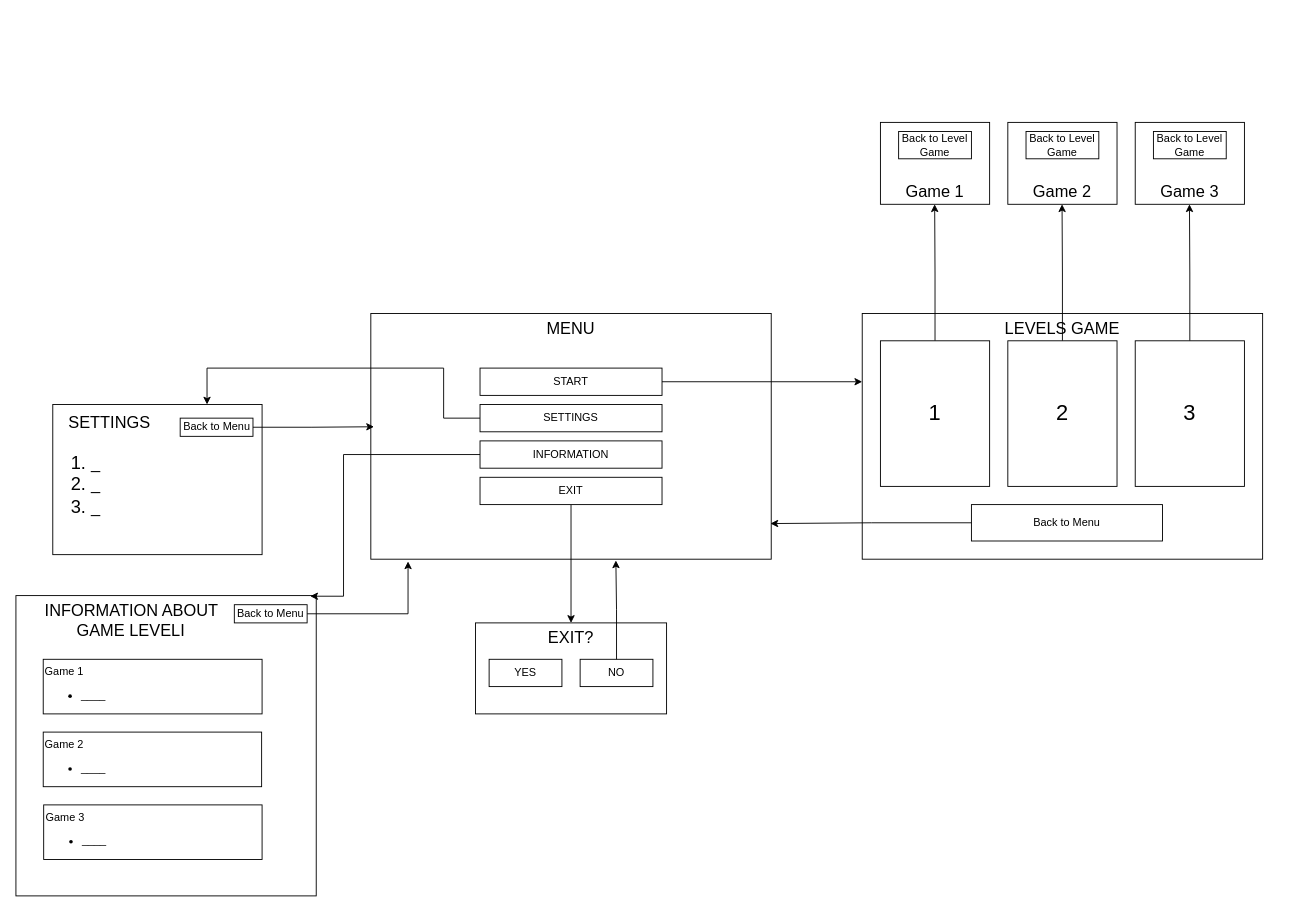
The draw.io diagram Діаграма без назви.drawio in AnnaLiulkova/picture32, before the edit. Source tidied: cells renumbered, new cells numbered last; positions are measured from the earlier drawing's top-left corner, leaving out a move shared by most shapes. Both pictures are drawn from the tidied source at 91%, with x=0, y=0 at pixel (15, 122).
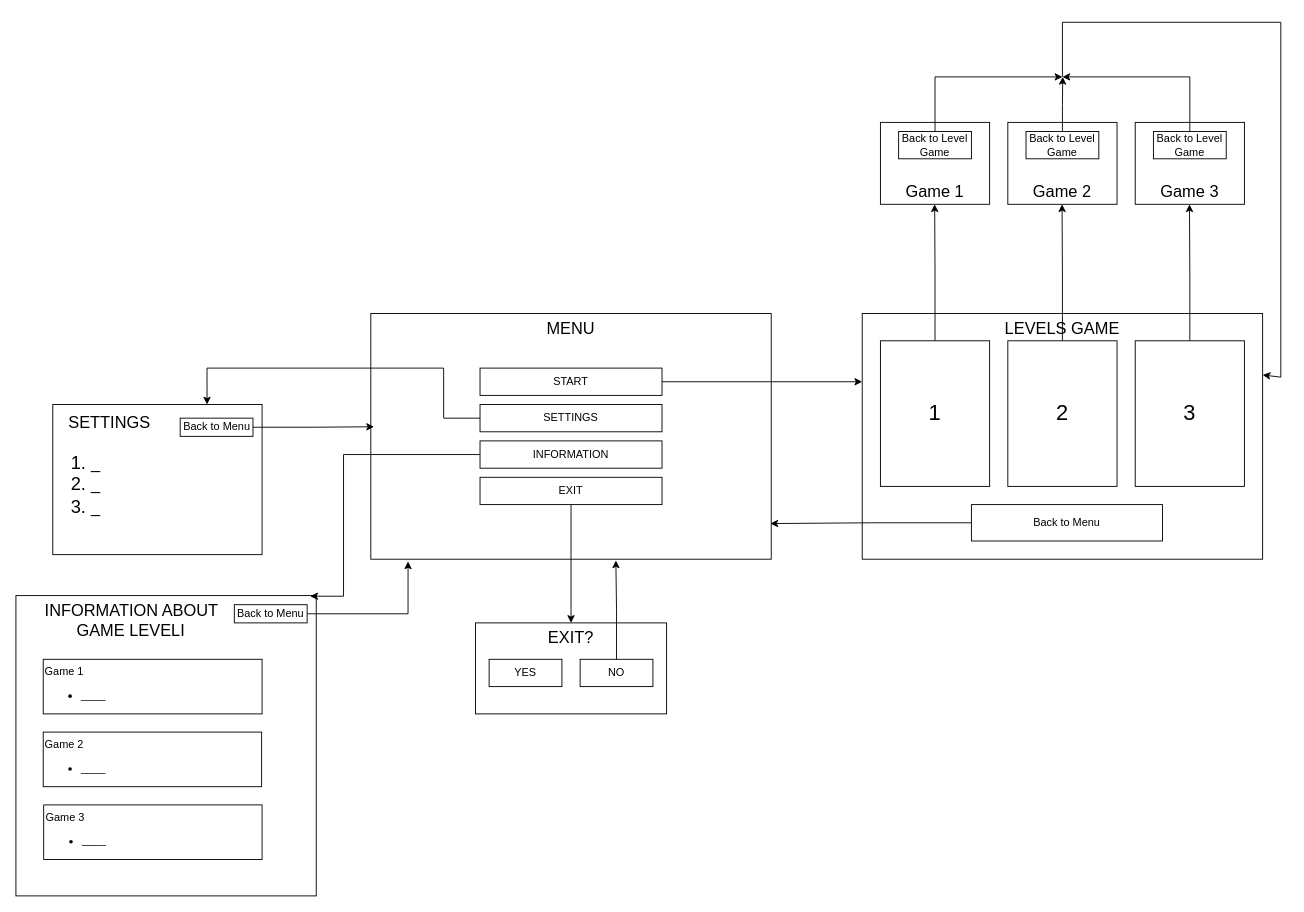
After the change.

The change refers to these unchanged cells:
```xml
<mxCell id="10" value="&lt;font style=&quot;font-size: 18px;&quot;&gt;LEVELS GAME&lt;/font&gt;" style="rounded=0;whiteSpace=wrap;html=1;verticalAlign=top;" parent="1" vertex="1">
  <mxGeometry x="930" y="210" width="440" height="270" as="geometry" />
</mxCell>
<mxCell id="34" value="Back to Level Game" style="rounded=0;whiteSpace=wrap;html=1;" parent="1" vertex="1">
  <mxGeometry x="970" y="10" width="80" height="30" as="geometry" />
</mxCell>
<mxCell id="35" value="Back to Level Game" style="rounded=0;whiteSpace=wrap;html=1;" parent="1" vertex="1">
  <mxGeometry x="1110" y="10" width="80" height="30" as="geometry" />
</mxCell>
<mxCell id="36" value="Back to Level Game" style="rounded=0;whiteSpace=wrap;html=1;" parent="1" vertex="1">
  <mxGeometry x="1250" y="10" width="80" height="30" as="geometry" />
</mxCell>
```

Diff of the diagram source:
```diff
@@
+    <mxCell id="40" style="edgeStyle=orthogonalEdgeStyle;rounded=0;jettySize=auto;html=1;exitX=0.5;exitY=0;exitDx=0;exitDy=0;" parent="1" edge="1" source="35">
+      <mxGeometry relative="1" as="geometry">
+        <mxPoint x="1150.3" y="-50" as="targetPoint" />
+      </mxGeometry>
+    </mxCell>
@@
+    <mxCell id="41" style="endArrow=none;html=1;rounded=0;entryX=0.5;entryY=0;entryDx=0;entryDy=0;" parent="1" edge="1" target="34">
+      <mxGeometry relative="1" as="geometry">
+        <mxPoint x="1010" y="-50" as="sourcePoint" />
+      </mxGeometry>
+    </mxCell>
+    <mxCell id="42" style="endArrow=none;html=1;rounded=0;exitX=0.5;exitY=0;exitDx=0;exitDy=0;" parent="1" edge="1" source="36">
+      <mxGeometry relative="1" as="geometry">
+        <mxPoint x="1290" y="-50" as="targetPoint" />
+      </mxGeometry>
+    </mxCell>
+    <mxCell id="43" style="endArrow=classic;html=1;rounded=0;entryX=1;entryY=0.25;entryDx=0;entryDy=0;" parent="1" edge="1" target="10">
+      <mxGeometry relative="1" as="geometry">
+        <mxPoint x="1150" y="-50" as="sourcePoint" />
+        <Array as="points">
+          <mxPoint x="1150" y="-110" />
+          <mxPoint x="1390" y="-110" />
+          <mxPoint x="1390" y="280" />
+        </Array>
+      </mxGeometry>
+    </mxCell>
+    <mxCell id="44" style="endArrow=classic;html=1;rounded=0;" parent="1" edge="1">
+      <mxGeometry relative="1" as="geometry">
+        <mxPoint x="1010" y="-50" as="sourcePoint" />
+        <mxPoint x="1150" y="-50" as="targetPoint" />
+      </mxGeometry>
+    </mxCell>
+    <mxCell id="45" style="endArrow=classic;html=1;rounded=0;" parent="1" edge="1">
+      <mxGeometry relative="1" as="geometry">
+        <mxPoint x="1290" y="-50" as="sourcePoint" />
+        <mxPoint x="1150" y="-50" as="targetPoint" />
+      </mxGeometry>
+    </mxCell>
```
